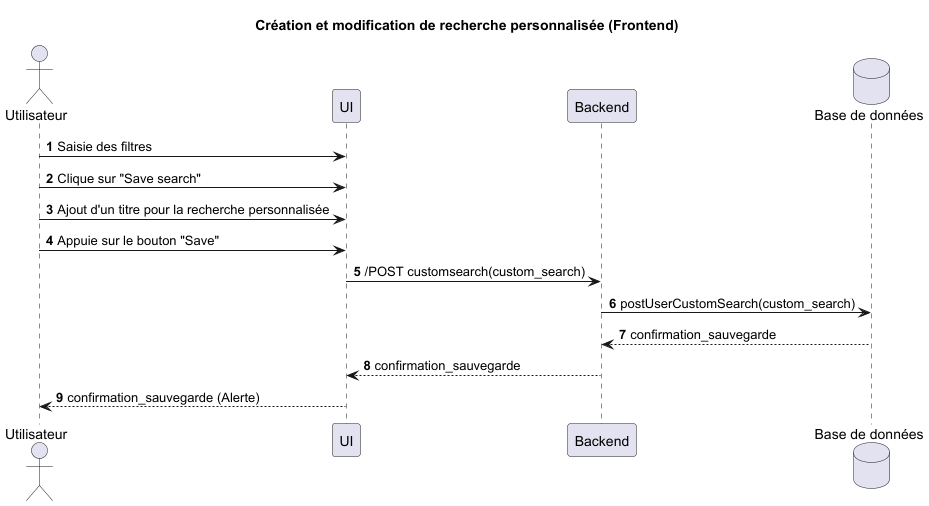
Earlier version of the PlantUML export docs/UML/search-history-diagram_create_mod-Création_et_modification_de_recherche_personnalisée__Frontend_.png (TPI2026-NewsGenerator/NewsGenerator-Frontend).
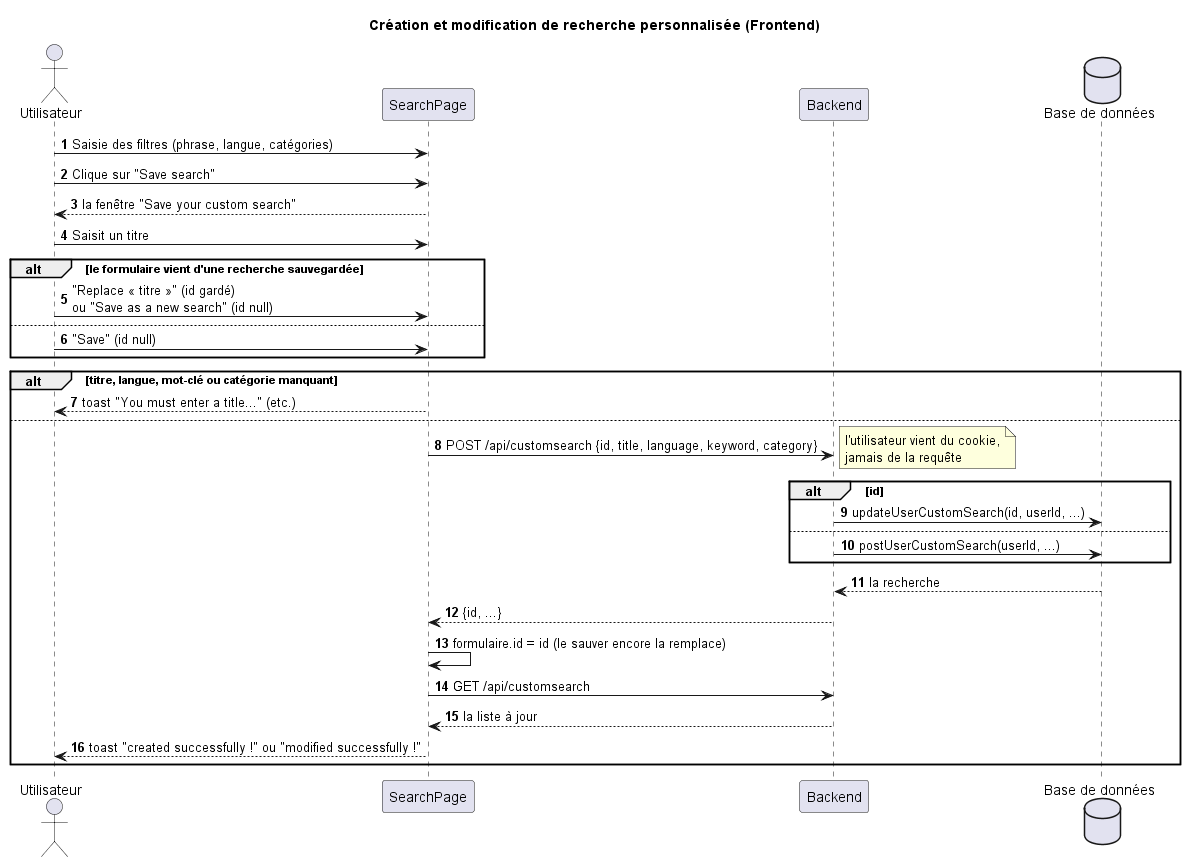
Later version of the same file.

Diff of the diagram source:
```diff
@@ -3,20 +3,35 @@
 autonumber
 
 actor "Utilisateur" as User
-participant "UI" as UI
+participant "SearchPage" as UI
 participant "Backend" as BE
 database "Base de données" as DB
 
-User -> UI : Saisie des filtres
+User -> UI : Saisie des filtres (phrase, langue, catégories)
 User -> UI : Clique sur "Save search"
-User -> UI : Ajout d'un titre pour la recherche personnalisée
-User -> UI : Appuie sur le bouton "Save"
-
-UI -> BE : /POST customsearch(custom_search)
-BE -> DB : postUserCustomSearch(custom_search)
-DB --> BE : confirmation_sauvegarde
-BE --> UI : confirmation_sauvegarde
-UI --> User : confirmation_sauvegarde (Alerte)
-
+UI --> User : la fenêtre "Save your custom search"
+User -> UI : Saisit un titre
+alt le formulaire vient d'une recherche sauvegardée
+    User -> UI : "Replace « titre »" (id gardé)\nou "Save as a new search" (id null)
+else
+    User -> UI : "Save" (id null)
+end
+alt titre, langue, mot-clé ou catégorie manquant
+    UI --> User : toast "You must enter a title..." (etc.)
+else
+    UI -> BE : POST /api/customsearch {id, title, language, keyword, category}
+    note right : l'utilisateur vient du cookie,\njamais de la requête
+    alt id
+        BE -> DB : updateUserCustomSearch(id, userId, ...)
+    else
+        BE -> DB : postUserCustomSearch(userId, ...)
+    end
+    DB --> BE : la recherche
+    BE --> UI : {id, ...}
+    UI -> UI : formulaire.id = id (le sauver encore la remplace)
+    UI -> BE : GET /api/customsearch
+    BE --> UI : la liste à jour
+    UI --> User : toast "created successfully !" ou "modified successfully !"
+end
 
 @enduml
```
